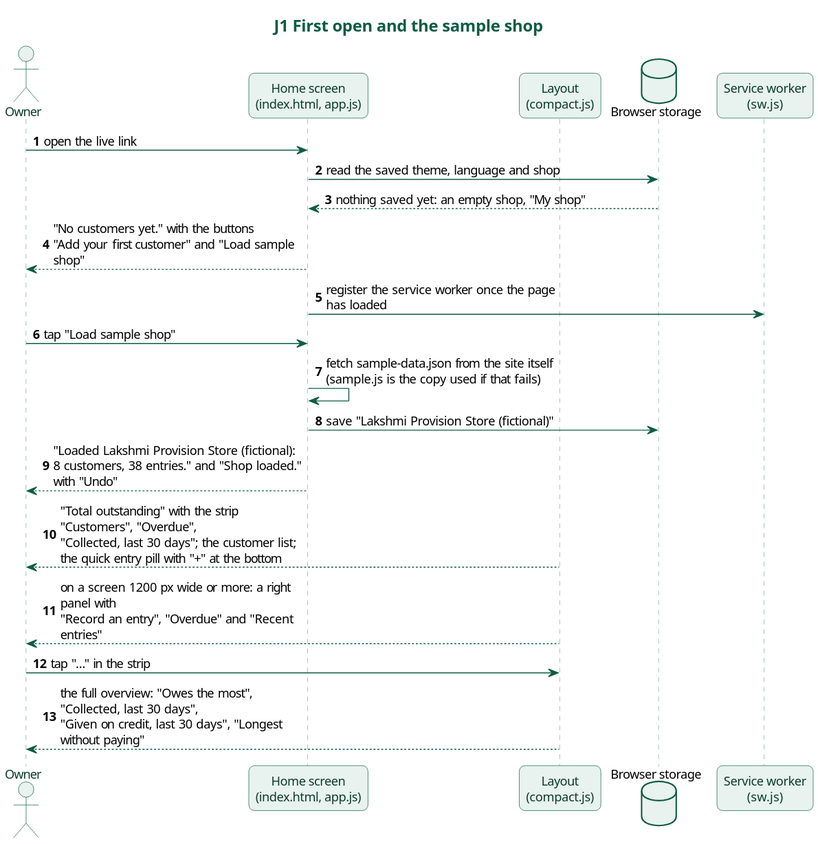
Above: docs/diagrams/j1-first-open.svg in karwasanjay007/hisaab-docs (PlantUML), before the change. The source it was exported from:
```plantuml
@startuml
title J1 First open and the sample shop
skinparam backgroundColor white
skinparam defaultFontName "Noto Sans"
skinparam defaultFontSize 13
skinparam roundCorner 12
skinparam shadowing false
skinparam maxMessageSize 260
skinparam titleFontSize 17
skinparam titleFontColor #0E5C45
skinparam sequenceMessageAlign left
skinparam responseMessageBelowArrow true
skinparam sequence {
  ArrowColor #0E5C45
  LifeLineBorderColor #7FA89A
  LifeLineBackgroundColor #E8F2EE
  ParticipantBorderColor #0E5C45
  ParticipantBackgroundColor #E8F2EE
  ParticipantFontColor #0B3D2E
  ActorBorderColor #0E5C45
  ActorBackgroundColor #E8F2EE
  ActorFontColor #0B3D2E
  GroupBorderColor #0E5C45
  GroupHeaderFontColor #0E5C45
  GroupBackgroundColor #F3F8F6
  DividerBorderColor #0E5C45
  DividerBackgroundColor #E8F2EE
  DividerFontColor #0B3D2E
  BoxBorderColor #0E5C45
}
skinparam database {
  BorderColor #0E5C45
  BackgroundColor #E8F2EE
}
skinparam note {
  BorderColor #B08A2E
  BackgroundColor #FFF8E6
  FontSize 12
}
actor "Owner" as O
participant "Home screen\n(index.html, app.js)" as H
participant "Layout\n(compact.js)" as L
database "Browser storage" as S
participant "Service worker\n(sw.js)" as W
autonumber
O -> H : open the live link
H -> S : read the saved theme, language and shop
S --> H : nothing saved yet: an empty shop, "My shop"
H --> O : "No customers yet." with the buttons\n"Add your first customer" and "Load sample shop"
H -> W : register the service worker once the page has loaded
O -> H : tap "Load sample shop"
H -> H : fetch sample-data.json from the site itself\n(sample.js is the copy used if that fails)
H -> S : save "Lakshmi Provision Store (fictional)"
H --> O : "Loaded Lakshmi Provision Store (fictional):\n8 customers, 38 entries." and "Shop loaded." with "Undo"
L --> O : "Total outstanding" with the strip "Customers", "Overdue",\n"Collected, last 30 days"; the customer list;\nthe quick entry pill with "+" at the bottom
L --> O : on a screen 1200 px wide or more: a right panel with\n"Record an entry", "Overdue" and "Recent entries"
O -> L : tap "…" in the strip
L --> O : the full overview: "Owes the most", "Collected, last 30 days",\n"Given on credit, last 30 days", "Longest without paying"
@enduml
```
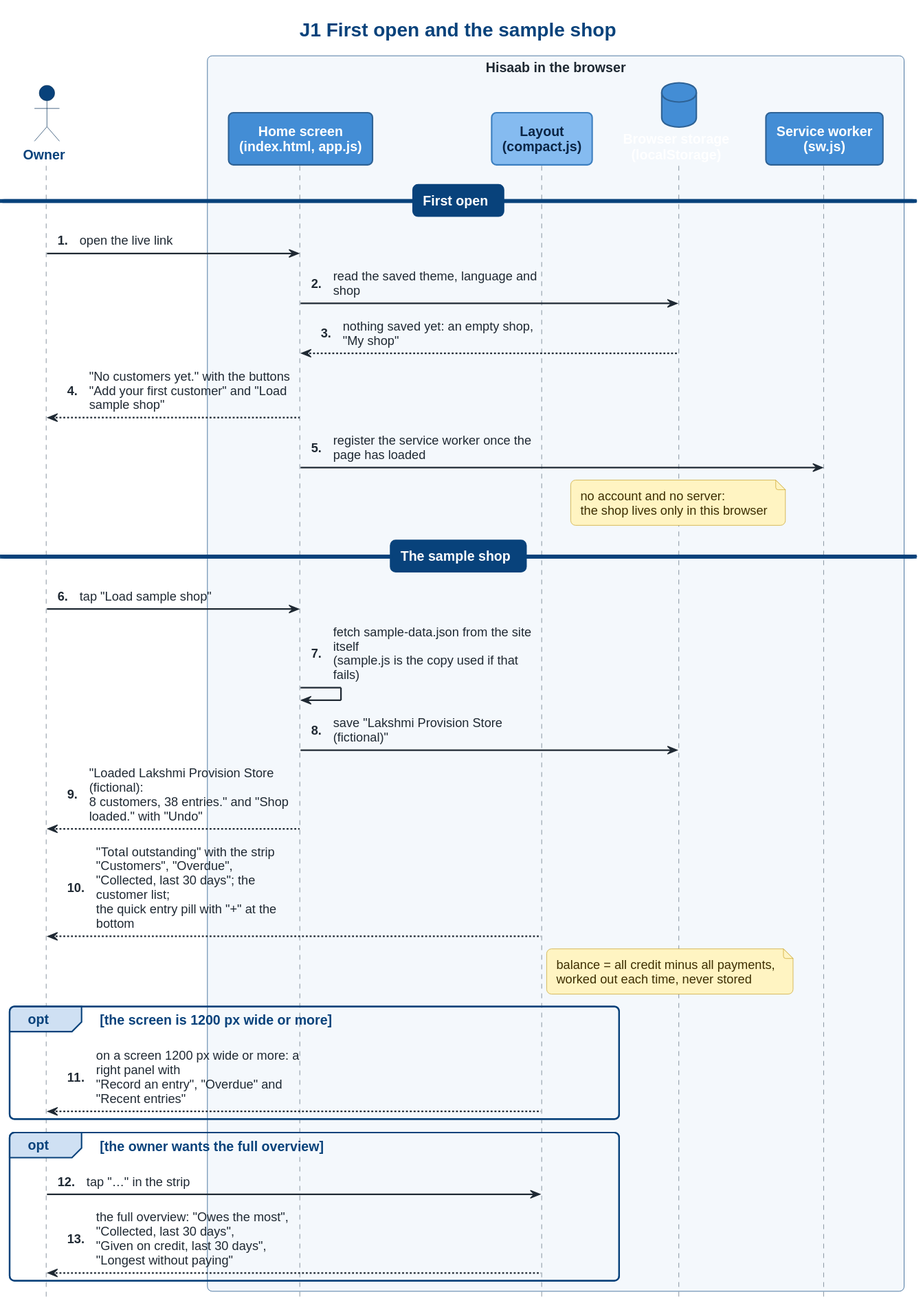
After the commit.

What changed in the source:
```diff
@@ -1,59 +1,32 @@
 @startuml
+!include c4-sequence.iuml
 title J1 First open and the sample shop
-skinparam backgroundColor white
-skinparam defaultFontName "Noto Sans"
-skinparam defaultFontSize 13
-skinparam roundCorner 12
-skinparam shadowing false
-skinparam maxMessageSize 260
-skinparam titleFontSize 17
-skinparam titleFontColor #0E5C45
-skinparam sequenceMessageAlign left
-skinparam responseMessageBelowArrow true
-skinparam sequence {
-  ArrowColor #0E5C45
-  LifeLineBorderColor #7FA89A
-  LifeLineBackgroundColor #E8F2EE
-  ParticipantBorderColor #0E5C45
-  ParticipantBackgroundColor #E8F2EE
-  ParticipantFontColor #0B3D2E
-  ActorBorderColor #0E5C45
-  ActorBackgroundColor #E8F2EE
-  ActorFontColor #0B3D2E
-  GroupBorderColor #0E5C45
-  GroupHeaderFontColor #0E5C45
-  GroupBackgroundColor #F3F8F6
-  DividerBorderColor #0E5C45
-  DividerBackgroundColor #E8F2EE
-  DividerFontColor #0B3D2E
-  BoxBorderColor #0E5C45
-}
-skinparam database {
-  BorderColor #0E5C45
-  BackgroundColor #E8F2EE
-}
-skinparam note {
-  BorderColor #B08A2E
-  BackgroundColor #FFF8E6
-  FontSize 12
-}
-actor "Owner" as O
-participant "Home screen\n(index.html, app.js)" as H
-participant "Layout\n(compact.js)" as L
-database "Browser storage" as S
-participant "Service worker\n(sw.js)" as W
-autonumber
+actor "Owner" as O <<person>>
+box "Hisaab in the browser"
+participant "Home screen\n(index.html, app.js)" as H <<container>>
+participant "Layout\n(compact.js)" as L <<component>>
+database "Browser storage\n(localStorage)" as S <<store>>
+participant "Service worker\n(sw.js)" as W <<container>>
+end box
+== First open ==
 O -> H : open the live link
 H -> S : read the saved theme, language and shop
 S --> H : nothing saved yet: an empty shop, "My shop"
 H --> O : "No customers yet." with the buttons\n"Add your first customer" and "Load sample shop"
 H -> W : register the service worker once the page has loaded
+note over S : no account and no server:\nthe shop lives only in this browser
+== The sample shop ==
 O -> H : tap "Load sample shop"
 H -> H : fetch sample-data.json from the site itself\n(sample.js is the copy used if that fails)
 H -> S : save "Lakshmi Provision Store (fictional)"
 H --> O : "Loaded Lakshmi Provision Store (fictional):\n8 customers, 38 entries." and "Shop loaded." with "Undo"
 L --> O : "Total outstanding" with the strip "Customers", "Overdue",\n"Collected, last 30 days"; the customer list;\nthe quick entry pill with "+" at the bottom
-L --> O : on a screen 1200 px wide or more: a right panel with\n"Record an entry", "Overdue" and "Recent entries"
-O -> L : tap "…" in the strip
-L --> O : the full overview: "Owes the most", "Collected, last 30 days",\n"Given on credit, last 30 days", "Longest without paying"
+note right of L : balance = all credit minus all payments,\nworked out each time, never stored
+opt the screen is 1200 px wide or more
+  L --> O : on a screen 1200 px wide or more: a right panel with\n"Record an entry", "Overdue" and "Recent entries"
+end
+opt the owner wants the full overview
+  O -> L : tap "…" in the strip
+  L --> O : the full overview: "Owes the most", "Collected, last 30 days",\n"Given on credit, last 30 days", "Longest without paying"
+end
 @enduml
```
